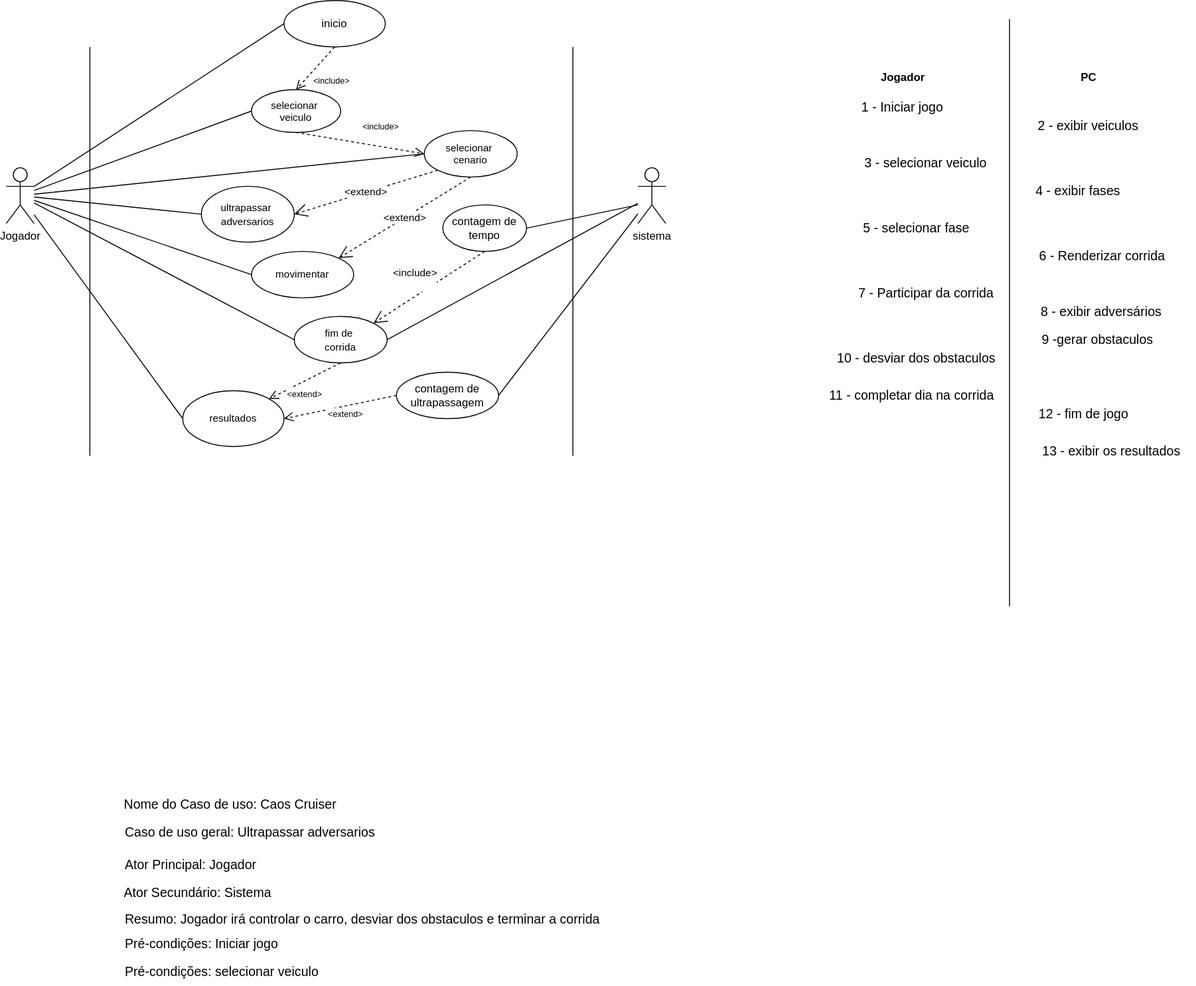
The draw.io diagram diagrama caso de uso Enduro.drawio.svg in YosagiGames/CaosCruiser, before a commit. Source tidied: cells renumbered, new cells last; positions are measured from the earlier drawing's top-left corner, leaving out a move shared by most shapes.
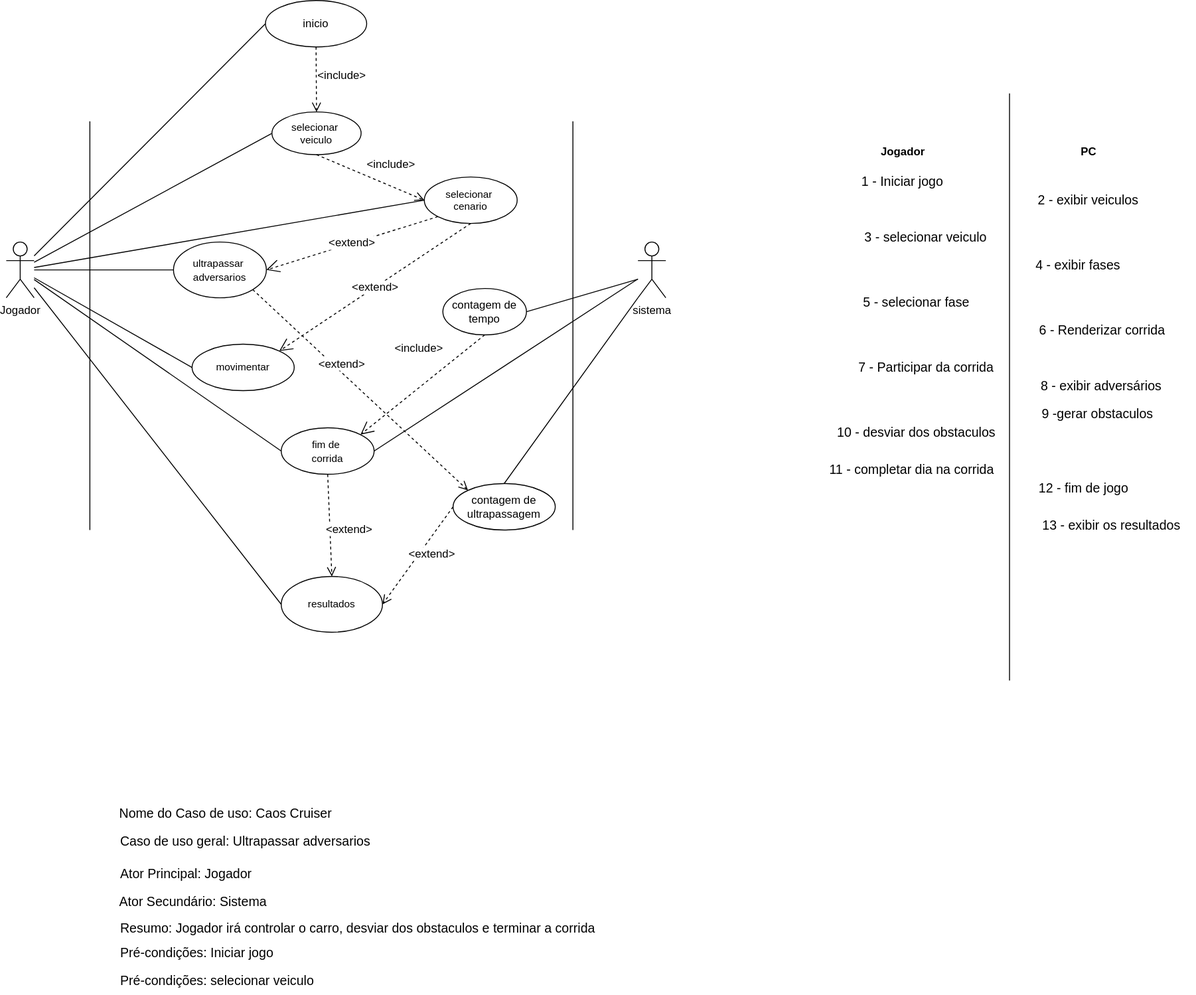
The same diagram one commit later.

Diff of the diagram source:
```diff
@@ -21,19 +21,19 @@
       <mxGeometry x="680" y="180" width="30" height="60" as="geometry" />
     </mxCell>
     <mxCell id="6" value="inicio" style="ellipse;whiteSpace=wrap;html=1;" parent="1" vertex="1">
-      <mxGeometry x="299" width="109" height="50" as="geometry" />
+      <mxGeometry x="279" y="-80" width="109" height="50" as="geometry" />
     </mxCell>
     <mxCell id="7" value="&lt;font style=&quot;font-size: 11px;&quot;&gt;selecionar&amp;nbsp;&lt;/font&gt;&lt;div style=&quot;font-size: 11px;&quot;&gt;&lt;font style=&quot;font-size: 11px;&quot;&gt;veiculo&lt;/font&gt;&lt;/div&gt;" style="ellipse;whiteSpace=wrap;html=1;" parent="1" vertex="1">
-      <mxGeometry x="264" y="96" width="96" height="46" as="geometry" />
+      <mxGeometry x="286" y="40" width="96" height="46" as="geometry" />
     </mxCell>
     <mxCell id="8" value="&lt;font style=&quot;font-size: 11px;&quot;&gt;selecionar&amp;nbsp;&lt;/font&gt;&lt;div style=&quot;font-size: 11px;&quot;&gt;cenario&lt;/div&gt;" style="ellipse;whiteSpace=wrap;html=1;" parent="1" vertex="1">
-      <mxGeometry x="450" y="140" width="100" height="50" as="geometry" />
+      <mxGeometry x="450" y="110" width="100" height="50" as="geometry" />
     </mxCell>
     <mxCell id="9" value="&lt;span style=&quot;font-size: 11px;&quot;&gt;fim de&amp;nbsp;&lt;/span&gt;&lt;div&gt;&lt;span style=&quot;font-size: 11px;&quot;&gt;corrida&lt;/span&gt;&lt;/div&gt;" style="ellipse;whiteSpace=wrap;html=1;" parent="1" vertex="1">
-      <mxGeometry x="310" y="340" width="100" height="50" as="geometry" />
+      <mxGeometry x="296" y="380" width="100" height="50" as="geometry" />
     </mxCell>
     <mxCell id="10" value="&lt;span style=&quot;font-size: 11px;&quot;&gt;resultados&lt;/span&gt;" style="ellipse;whiteSpace=wrap;html=1;" parent="1" vertex="1">
-      <mxGeometry x="190" y="420" width="109" height="60" as="geometry" />
+      <mxGeometry x="296" y="540" width="109" height="60" as="geometry" />
     </mxCell>
     <mxCell id="11" style="endArrow=none;html=1;rounded=0;entryX=0;entryY=0.5;entryDx=0;entryDy=0;" parent="1" edge="1" source="4" target="6">
       <mxGeometry relative="1" as="geometry" />
@@ -56,13 +56,13 @@
     <mxCell id="17" style="endArrow=none;html=1;rounded=0;entryX=1;entryY=0.5;entryDx=0;entryDy=0;" parent="1" edge="1" source="5" target="9">
       <mxGeometry relative="1" as="geometry" />
     </mxCell>
-    <mxCell id="18" value="&lt;font style=&quot;font-size: 9px;&quot;&gt;&amp;lt;include&amp;gt;&lt;/font&gt;" style="html=1;verticalAlign=bottom;endArrow=open;dashed=1;endSize=8;curved=0;rounded=0;exitX=0.5;exitY=1;exitDx=0;exitDy=0;entryX=0.5;entryY=0;entryDx=0;entryDy=0;" parent="1" edge="1" source="6" target="7">
+    <mxCell id="18" value="&lt;font style=&quot;font-size: 12px;&quot;&gt;&amp;lt;include&amp;gt;&lt;/font&gt;" style="html=1;verticalAlign=bottom;endArrow=open;dashed=1;endSize=8;curved=0;rounded=0;exitX=0.5;exitY=1;exitDx=0;exitDy=0;" parent="1" edge="1" source="6" target="7">
       <mxGeometry x="0.16" y="27" relative="1" as="geometry" />
     </mxCell>
-    <mxCell id="19" value="&lt;font style=&quot;font-size: 9px;&quot;&gt;&amp;lt;include&amp;gt;&lt;/font&gt;" style="html=1;verticalAlign=bottom;endArrow=open;dashed=1;endSize=8;curved=0;rounded=0;exitX=0.5;exitY=1;exitDx=0;exitDy=0;entryX=0;entryY=0.5;entryDx=0;entryDy=0;" parent="1" edge="1" source="7" target="8">
+    <mxCell id="19" value="&lt;font style=&quot;font-size: 12px;&quot;&gt;&amp;lt;include&amp;gt;&lt;/font&gt;" style="html=1;verticalAlign=bottom;endArrow=open;dashed=1;endSize=8;curved=0;rounded=0;exitX=0.5;exitY=1;exitDx=0;exitDy=0;entryX=0;entryY=0.5;entryDx=0;entryDy=0;" parent="1" edge="1" source="7" target="8">
       <mxGeometry x="0.28" y="13" relative="1" as="geometry" />
     </mxCell>
-    <mxCell id="20" value="&lt;font style=&quot;font-size: 9px;&quot;&gt;&amp;lt;extend&amp;gt;&lt;/font&gt;" style="html=1;verticalAlign=bottom;endArrow=open;dashed=1;endSize=8;curved=0;rounded=0;exitX=0.5;exitY=1;exitDx=0;exitDy=0;entryX=1;entryY=0;entryDx=0;entryDy=0;" parent="1" edge="1" source="9" target="10">
+    <mxCell id="20" value="&lt;font style=&quot;font-size: 12px;&quot;&gt;&amp;lt;extend&amp;gt;&lt;/font&gt;" style="html=1;verticalAlign=bottom;endArrow=open;dashed=1;endSize=8;curved=0;rounded=0;exitX=0.5;exitY=1;exitDx=0;exitDy=0;entryX=0.5;entryY=0;entryDx=0;entryDy=0;" parent="1" edge="1" source="9" target="10">
       <mxGeometry x="0.27" y="20" relative="1" as="geometry" />
     </mxCell>
     <mxCell id="21" value="Jogador" style="text;align=center;fontStyle=1;verticalAlign=middle;spacingLeft=3;spacingRight=3;strokeColor=none;html=1;" parent="1" vertex="1">
@@ -78,25 +78,25 @@
       </mxGeometry>
     </mxCell>
     <mxCell id="24" value="&lt;font style=&quot;font-size: 14px;&quot;&gt;Nome do Caso de uso: Caos Cruiser&lt;/font&gt;" style="text;html=1;align=left;verticalAlign=middle;whiteSpace=wrap;rounded=0;" parent="1" vertex="1">
-      <mxGeometry x="124.5" y="850" width="450" height="30" as="geometry" />
+      <mxGeometry x="120" y="780" width="450" height="30" as="geometry" />
     </mxCell>
     <mxCell id="25" value="&lt;font style=&quot;font-size: 14px;&quot;&gt;Caso de uso geral: Ultrapassar adversarios&lt;/font&gt;" style="text;html=1;align=left;verticalAlign=middle;whiteSpace=wrap;rounded=0;" parent="1" vertex="1">
-      <mxGeometry x="125.5" y="880" width="450" height="30" as="geometry" />
+      <mxGeometry x="121" y="810" width="450" height="30" as="geometry" />
     </mxCell>
     <mxCell id="26" value="&lt;font style=&quot;font-size: 14px;&quot;&gt;Ator Principal: Jogador&lt;/font&gt;" style="text;html=1;align=left;verticalAlign=middle;whiteSpace=wrap;rounded=0;" parent="1" vertex="1">
-      <mxGeometry x="125.5" y="915" width="450" height="30" as="geometry" />
+      <mxGeometry x="121" y="845" width="450" height="30" as="geometry" />
     </mxCell>
     <mxCell id="27" value="&lt;font style=&quot;font-size: 14px;&quot;&gt;Ator Secundário: Sistema&lt;/font&gt;" style="text;html=1;align=left;verticalAlign=middle;whiteSpace=wrap;rounded=0;" parent="1" vertex="1">
-      <mxGeometry x="124.5" y="944.5" width="450" height="30" as="geometry" />
+      <mxGeometry x="120" y="874.5" width="450" height="30" as="geometry" />
     </mxCell>
     <mxCell id="28" value="&lt;font style=&quot;font-size: 14px;&quot;&gt;Resumo: Jogador irá controlar o carro, desviar dos obstaculos e terminar a corrida&lt;/font&gt;" style="text;html=1;align=left;verticalAlign=middle;whiteSpace=wrap;rounded=0;" parent="1" vertex="1">
-      <mxGeometry x="125.5" y="974" width="544.5" height="30" as="geometry" />
+      <mxGeometry x="121" y="904" width="544.5" height="30" as="geometry" />
     </mxCell>
     <mxCell id="29" value="&lt;font style=&quot;font-size: 14px;&quot;&gt;Pré-condições: Iniciar jogo&lt;/font&gt;" style="text;html=1;align=left;verticalAlign=middle;whiteSpace=wrap;rounded=0;" parent="1" vertex="1">
-      <mxGeometry x="125.5" y="1000" width="460" height="30" as="geometry" />
+      <mxGeometry x="121" y="930" width="460" height="30" as="geometry" />
     </mxCell>
     <mxCell id="30" value="&lt;font style=&quot;font-size: 14px;&quot;&gt;Pré-condições: selecionar veiculo&lt;/font&gt;" style="text;html=1;align=left;verticalAlign=middle;whiteSpace=wrap;rounded=0;" parent="1" vertex="1">
-      <mxGeometry x="125.5" y="1030" width="460" height="30" as="geometry" />
+      <mxGeometry x="121" y="960" width="460" height="30" as="geometry" />
     </mxCell>
     <mxCell id="31" value="&lt;font style=&quot;font-size: 14px;&quot;&gt;1 - Iniciar jogo&lt;/font&gt;" style="text;html=1;align=center;verticalAlign=middle;whiteSpace=wrap;rounded=0;" parent="1" vertex="1">
       <mxGeometry x="900" y="100" width="130" height="30" as="geometry" />
@@ -141,13 +141,13 @@
       <mxGeometry x="1100" y="470" width="180" height="30" as="geometry" />
     </mxCell>
     <mxCell id="45" value="&lt;span style=&quot;font-size: 11px;&quot;&gt;ultrapassar&amp;nbsp;&lt;/span&gt;&lt;div&gt;&lt;span style=&quot;font-size: 11px;&quot;&gt;adversarios&lt;/span&gt;&lt;/div&gt;" style="ellipse;whiteSpace=wrap;html=1;" parent="1" vertex="1">
-      <mxGeometry x="210" y="200" width="100" height="60" as="geometry" />
+      <mxGeometry x="180" y="180" width="100" height="60" as="geometry" />
     </mxCell>
-    <mxCell id="46" value="&amp;lt;extend&amp;gt;" style="endArrow=open;endSize=12;dashed=1;html=1;rounded=0;entryX=1;entryY=0.5;entryDx=0;entryDy=0;exitX=0;exitY=1;exitDx=0;exitDy=0;" parent="1" edge="1" source="8" target="45">
+    <mxCell id="46" value="&lt;font style=&quot;font-size: 12px;&quot;&gt;&amp;lt;extend&amp;gt;&lt;/font&gt;" style="endArrow=open;endSize=12;dashed=1;html=1;rounded=0;entryX=1;entryY=0.5;entryDx=0;entryDy=0;exitX=0;exitY=1;exitDx=0;exitDy=0;" parent="1" edge="1" source="8" target="45">
       <mxGeometry relative="1" as="geometry" />
     </mxCell>
     <mxCell id="47" value="contagem de tempo" style="ellipse;whiteSpace=wrap;html=1;" parent="1" vertex="1">
-      <mxGeometry x="470" y="220" width="90" height="50" as="geometry" />
+      <mxGeometry x="470" y="230" width="90" height="50" as="geometry" />
     </mxCell>
     <mxCell id="48" style="endArrow=none;html=1;rounded=0;exitX=1;exitY=0.5;exitDx=0;exitDy=0;" parent="1" edge="1" source="47">
       <mxGeometry relative="1" as="geometry">
@@ -155,25 +155,28 @@
       </mxGeometry>
     </mxCell>
     <mxCell id="49" value="&lt;span style=&quot;font-size: 11px;&quot;&gt;movimentar&lt;/span&gt;" style="ellipse;whiteSpace=wrap;html=1;" parent="1" vertex="1">
-      <mxGeometry x="264" y="270" width="110" height="50" as="geometry" />
+      <mxGeometry x="200" y="290" width="110" height="50" as="geometry" />
     </mxCell>
-    <mxCell id="50" value="&amp;lt;extend&amp;gt;" style="endArrow=open;endSize=12;dashed=1;html=1;rounded=0;entryX=1;entryY=0;entryDx=0;entryDy=0;exitX=0.5;exitY=1;exitDx=0;exitDy=0;" parent="1" edge="1" source="8" target="49">
+    <mxCell id="50" value="&lt;font style=&quot;font-size: 12px;&quot;&gt;&amp;lt;extend&amp;gt;&lt;/font&gt;" style="endArrow=open;endSize=12;dashed=1;html=1;rounded=0;entryX=1;entryY=0;entryDx=0;entryDy=0;exitX=0.5;exitY=1;exitDx=0;exitDy=0;" parent="1" edge="1" source="8" target="49">
       <mxGeometry relative="1" as="geometry" />
     </mxCell>
     <mxCell id="51" style="endArrow=none;html=1;rounded=0;entryX=0;entryY=0.5;entryDx=0;entryDy=0;" parent="1" edge="1" source="4" target="49">
       <mxGeometry relative="1" as="geometry" />
     </mxCell>
-    <mxCell id="52" value="&amp;lt;include&amp;gt;&lt;div&gt;&lt;br&gt;&lt;/div&gt;" style="endArrow=open;endSize=12;dashed=1;html=1;rounded=0;entryX=1;entryY=0;entryDx=0;entryDy=0;exitX=0.5;exitY=1;exitDx=0;exitDy=0;" parent="1" edge="1" source="47" target="9">
-      <mxGeometry x="0.11" y="-16" relative="1" as="geometry" />
+    <mxCell id="52" value="&lt;font style=&quot;font-size: 12px;&quot;&gt;&amp;lt;include&amp;gt;&lt;/font&gt;&lt;div style=&quot;font-size: 12px;&quot;&gt;&lt;br&gt;&lt;/div&gt;" style="endArrow=open;endSize=12;dashed=1;html=1;rounded=0;entryX=1;entryY=0;entryDx=0;entryDy=0;exitX=0.5;exitY=1;exitDx=0;exitDy=0;" parent="1" edge="1" source="47" target="9">
+      <mxGeometry x="-0.2" y="-27" relative="1" as="geometry" />
     </mxCell>
     <mxCell id="53" value="contagem de ultrapassagem" style="ellipse;whiteSpace=wrap;html=1;" parent="1" vertex="1">
-      <mxGeometry x="420" y="400" width="110" height="50" as="geometry" />
+      <mxGeometry x="481" y="440" width="110" height="50" as="geometry" />
     </mxCell>
-    <mxCell id="54" style="endArrow=none;html=1;rounded=0;exitX=1;exitY=0.5;exitDx=0;exitDy=0;" parent="1" edge="1" source="53" target="5">
-      <mxGeometry relative="1" as="geometry" />
-    </mxCell>
-    <mxCell id="55" value="&lt;font style=&quot;font-size: 9px;&quot;&gt;&amp;lt;extend&amp;gt;&lt;/font&gt;" style="html=1;verticalAlign=bottom;endArrow=open;dashed=1;endSize=8;curved=0;rounded=0;exitX=0;exitY=0.5;exitDx=0;exitDy=0;entryX=1;entryY=0.5;entryDx=0;entryDy=0;" parent="1" edge="1" source="53" target="10">
+    <mxCell id="55" value="&lt;font style=&quot;font-size: 12px;&quot;&gt;&amp;lt;extend&amp;gt;&lt;/font&gt;" style="html=1;verticalAlign=bottom;endArrow=open;dashed=1;endSize=8;curved=0;rounded=0;exitX=0;exitY=0.5;exitDx=0;exitDy=0;entryX=1;entryY=0.5;entryDx=0;entryDy=0;" parent="1" edge="1" source="53" target="10">
       <mxGeometry x="-0.04" y="17" relative="1" as="geometry" />
     </mxCell>
+    <mxCell id="56" value="&lt;font style=&quot;font-size: 12px;&quot;&gt;&amp;lt;extend&amp;gt;&lt;/font&gt;" style="html=1;verticalAlign=bottom;endArrow=open;dashed=1;endSize=8;curved=0;rounded=0;exitX=1;exitY=1;exitDx=0;exitDy=0;entryX=0;entryY=0;entryDx=0;entryDy=0;" parent="1" edge="1" source="45" target="53">
+      <mxGeometry x="-0.17" relative="1" as="geometry" />
+    </mxCell>
+    <mxCell id="57" style="endArrow=none;html=1;rounded=0;entryX=0.5;entryY=0;entryDx=0;entryDy=0;exitX=0;exitY=1;exitDx=0;exitDy=0;exitPerimeter=0;" parent="1" edge="1" source="5" target="53">
+      <mxGeometry relative="1" as="geometry" />
+    </mxCell>
   </root>
 </mxGraphModel>
```
